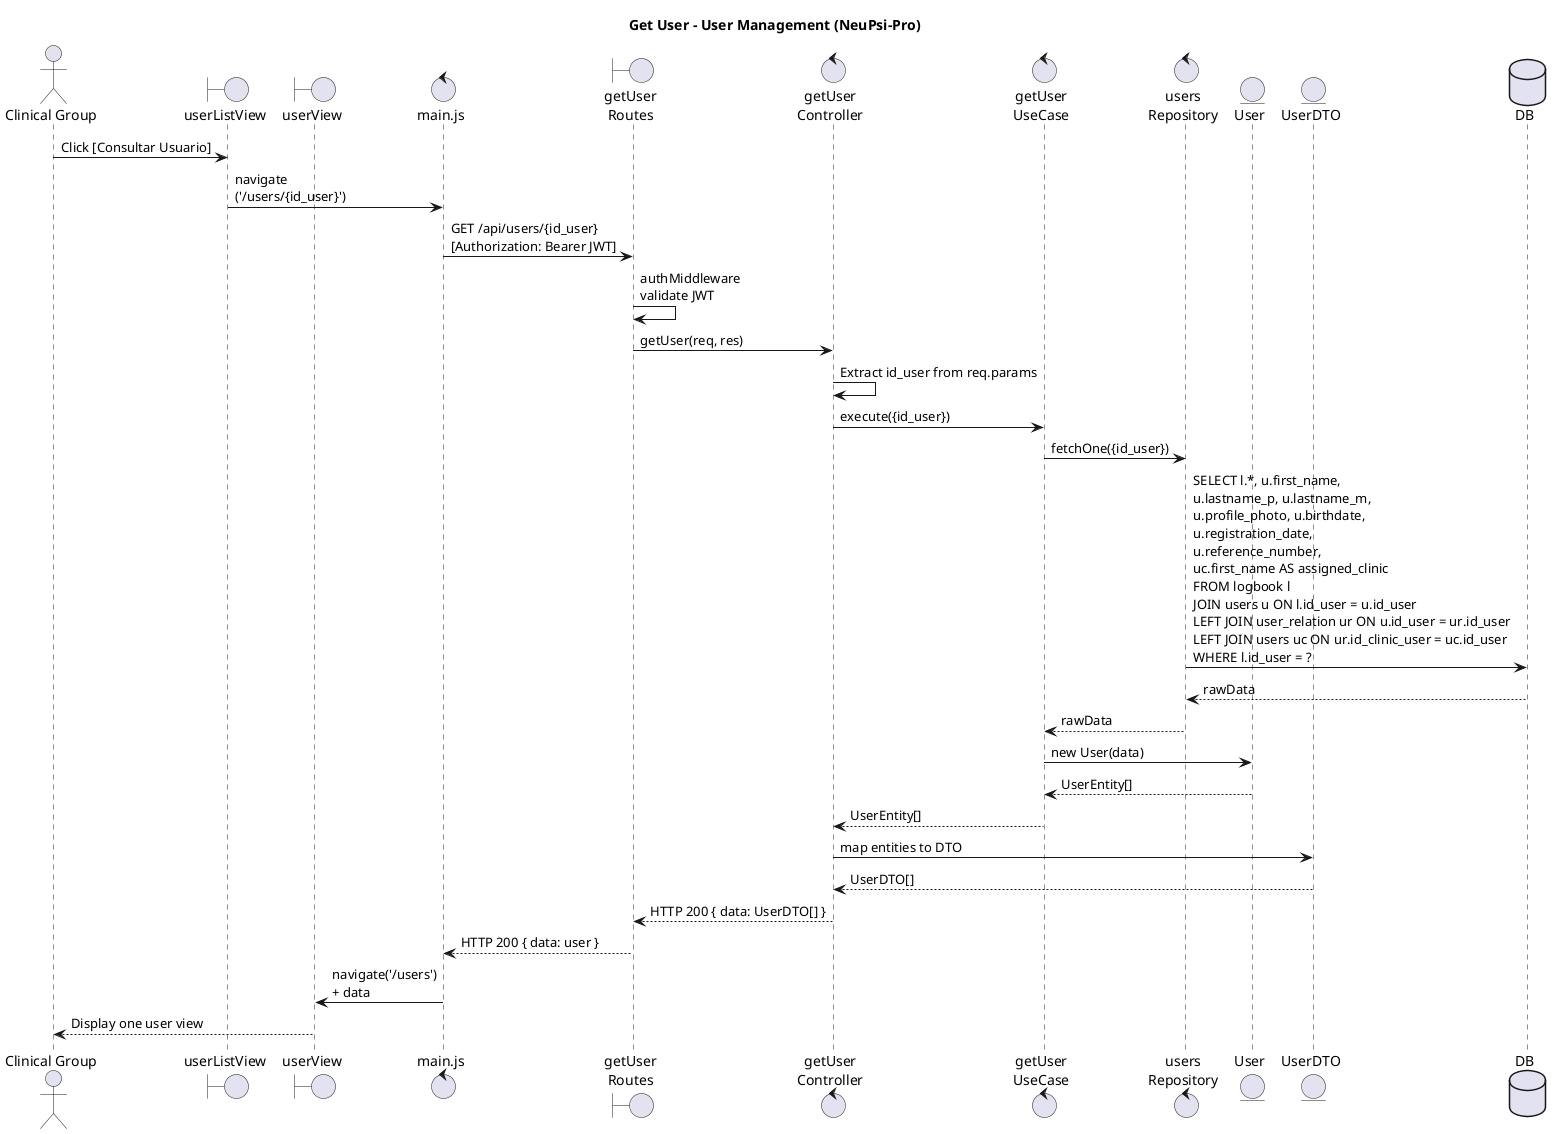
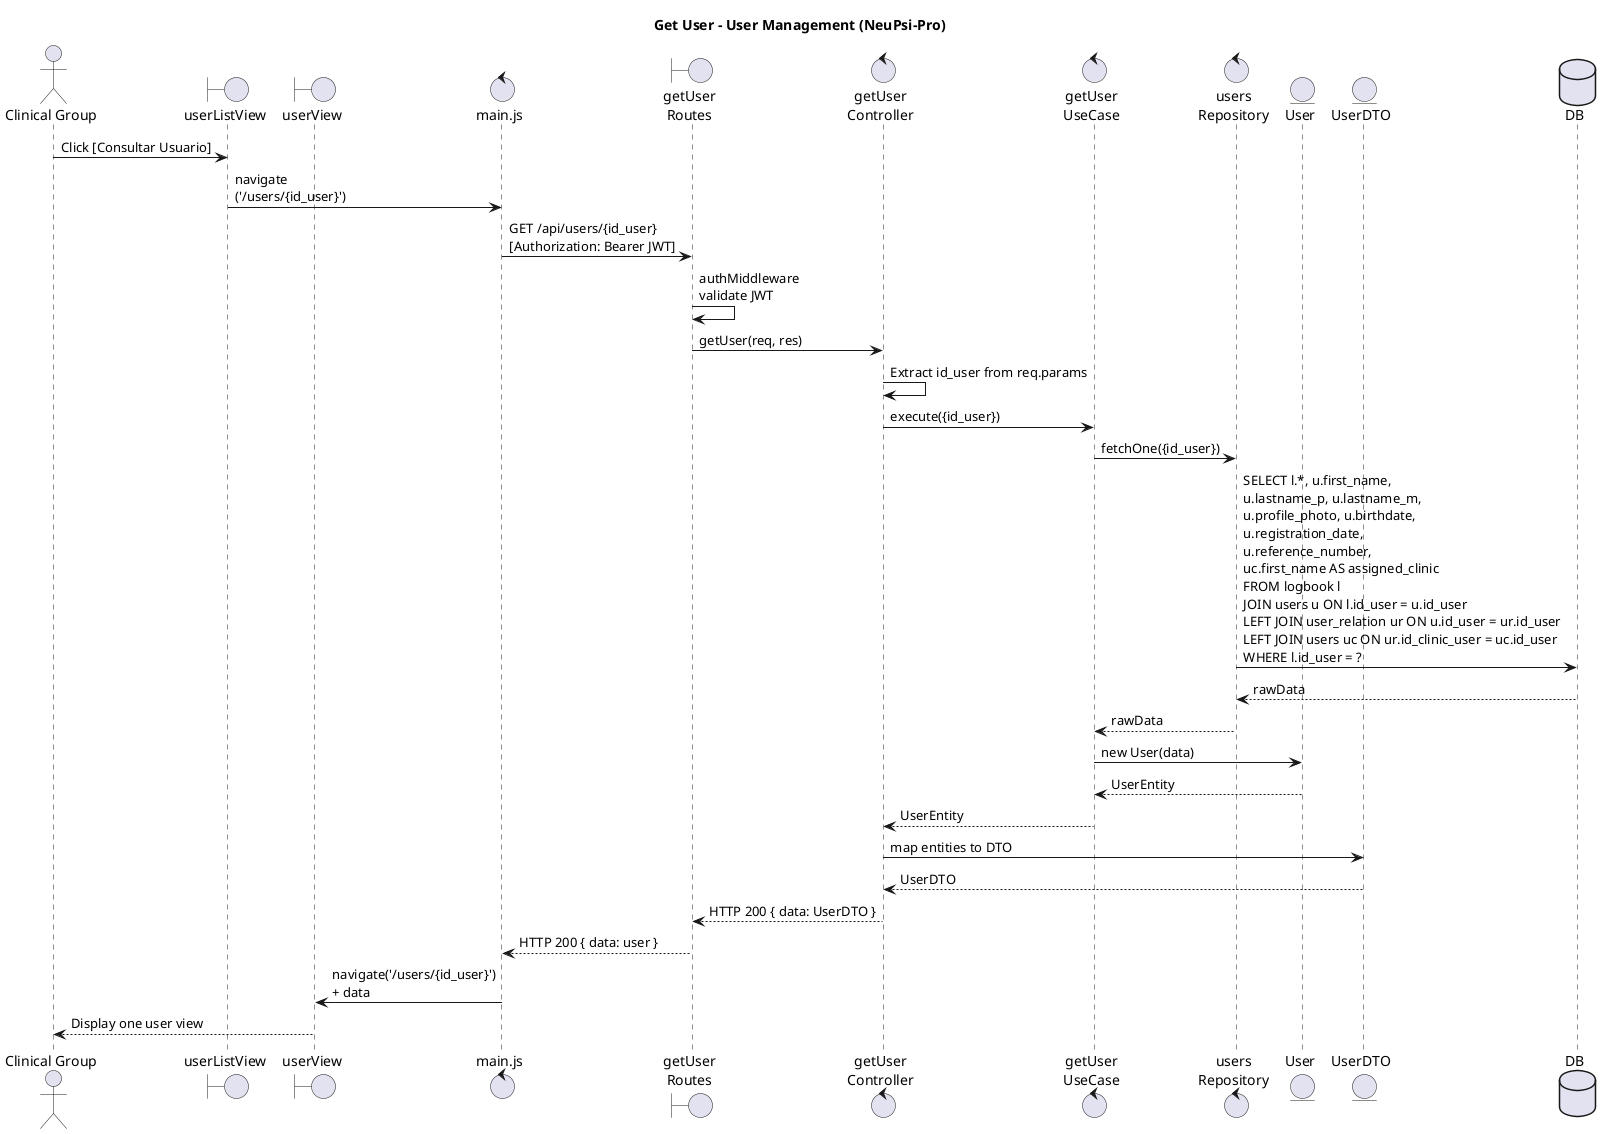
@startuml GU05 Get-User

title Get User - User Management (NeuPsi-Pro)

actor "Clinical Group" as CG

boundary "userListView" as VUsers
boundary "userView" as VOne
control "main.js" as MAIN
boundary "getUser\nRoutes" as ROUTE
control "getUser\nController" as CTRL
control "getUser\nUseCase" as UC
control "users\nRepository" as REPO
entity "User" as ENT
entity "UserDTO" as DTO
database DB

CG -> VUsers : Click [Consultar Usuario]
VUsers -> MAIN : navigate\n('/users/{id_user}')

MAIN -> ROUTE : GET /api/users/{id_user}\n[Authorization: Bearer JWT]

ROUTE -> ROUTE : authMiddleware\nvalidate JWT
ROUTE -> CTRL : getUser(req, res)

CTRL -> CTRL : Extract id_user from req.params

CTRL -> UC : execute({id_user})

UC -> REPO : fetchOne({id_user})

REPO -> DB : SELECT l.*, u.first_name,\nu.lastname_p, u.lastname_m,\nu.profile_photo, u.birthdate,\nu.registration_date,\nu.reference_number,\nuc.first_name AS assigned_clinic\nFROM logbook l\nJOIN users u ON l.id_user = u.id_user\nLEFT JOIN user_relation ur ON u.id_user = ur.id_user\nLEFT JOIN users uc ON ur.id_clinic_user = uc.id_user\nWHERE l.id_user = ?

DB --> REPO : rawData

REPO --> UC : rawData

UC -> ENT : new User(data)
- ENT --> UC : UserEntity[]
+ ENT --> UC : UserEntity

- UC --> CTRL : UserEntity[]
+ UC --> CTRL : UserEntity

CTRL -> DTO : map entities to DTO
- DTO --> CTRL : UserDTO[]
+ DTO --> CTRL : UserDTO

- CTRL --> ROUTE : HTTP 200 { data: UserDTO[] }
+ CTRL --> ROUTE : HTTP 200 { data: UserDTO }

ROUTE --> MAIN : HTTP 200 { data: user }

- MAIN -> VOne : navigate('/users')\n+ data
+ MAIN -> VOne : navigate('/users/{id_user}')\n+ data

VOne --> CG : Display one user view

@enduml